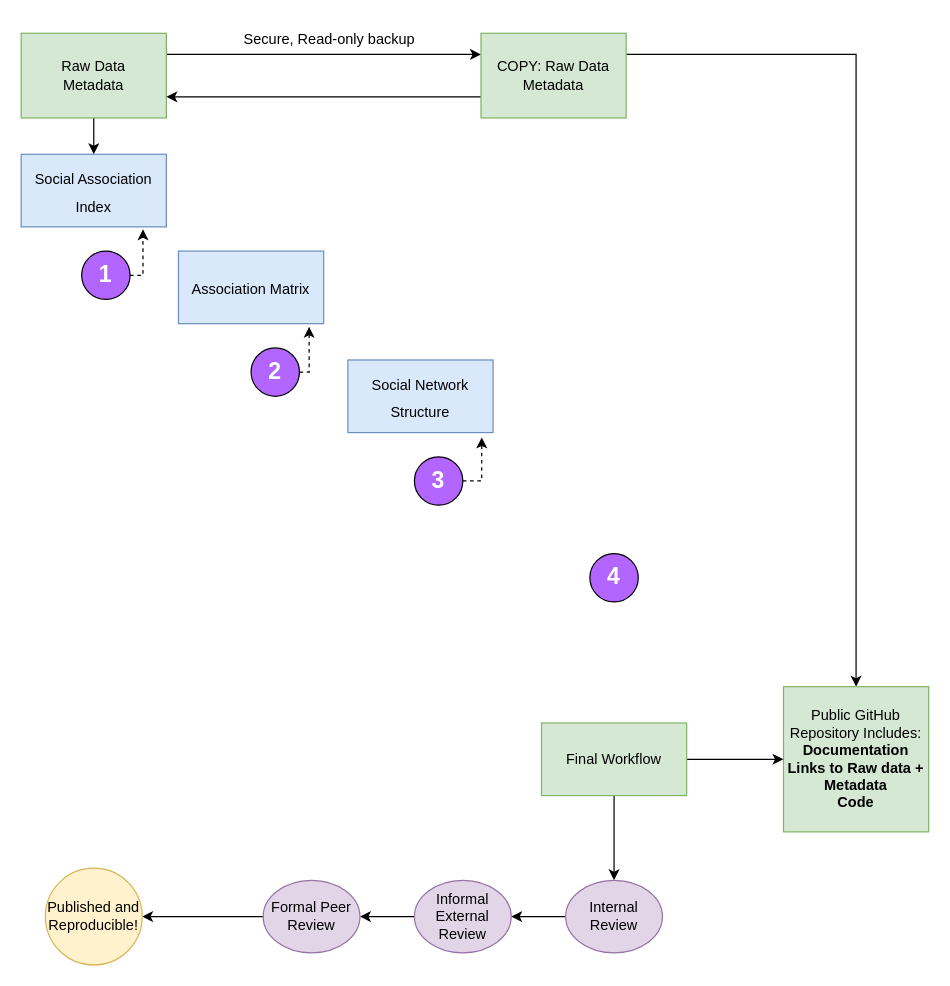
bankheak/Dolphins keeps this draw.io diagram as WorkFlowDiagram/WorkFlowDiagram.drawio. Above is the earlier version. Source tidied: cells renumbered, new cells numbered last; positions are measured from the earlier drawing's top-left corner, leaving out a move shared by most shapes. Both pictures are drawn from the tidied source at 121%, with x=0, y=0 at pixel (21, 21).
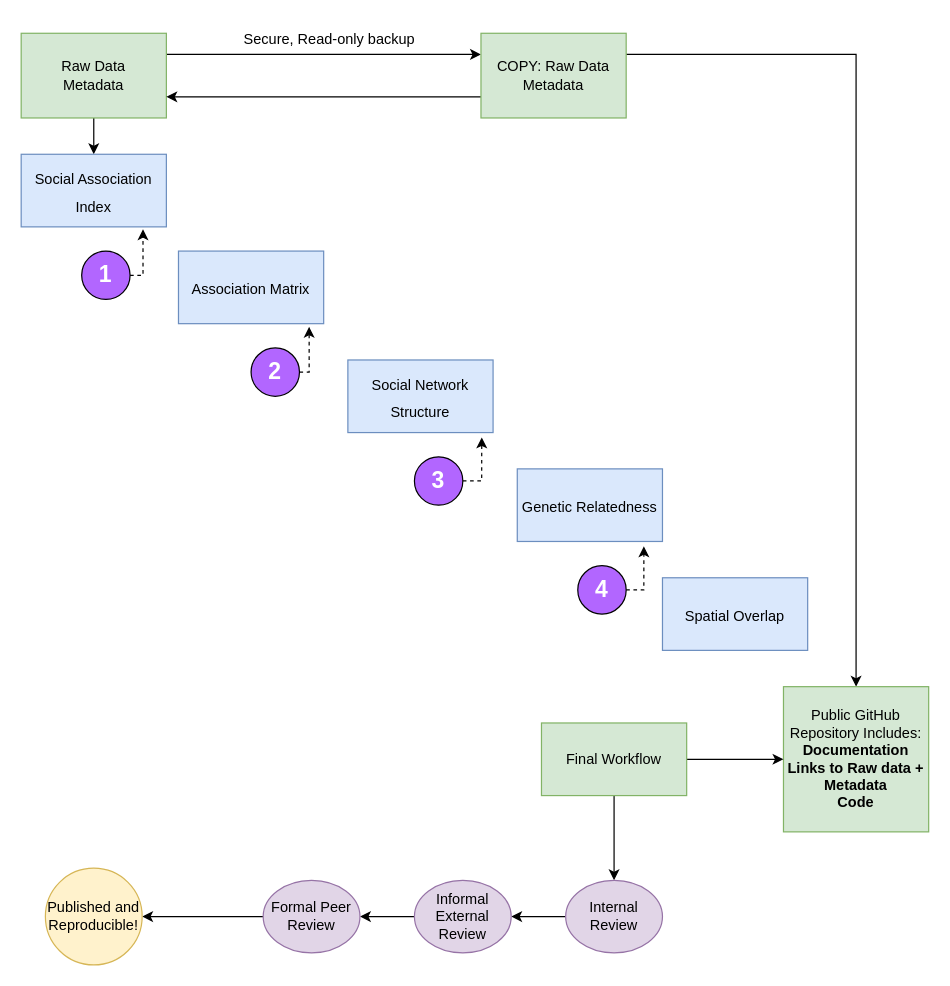
After the change.

The edit, as a diff of the source:
```diff
@@
+    <mxCell id="30" style="edgeStyle=orthogonalEdgeStyle;rounded=0;jettySize=auto;html=1;exitX=1;exitY=0.5;exitDx=0;exitDy=0;entryX=0.872;entryY=1.067;entryDx=0;entryDy=0;entryPerimeter=0;dashed=1;fontSize=12;fontColor=#FFFFFF;" parent="1" edge="1" source="25" target="31">
+      <mxGeometry relative="1" as="geometry" />
+    </mxCell>
     <mxCell id="25" value="&lt;font style=&quot;font-size: 19px;&quot; color=&quot;#ffffff&quot;&gt;4&lt;/font&gt;" style="ellipse;whiteSpace=wrap;html=1;strokeColor=#000000;fillColor=#B266FF;fontStyle=1;" parent="1" vertex="1">
-      <mxGeometry x="470" y="440" width="40" height="40" as="geometry" />
+      <mxGeometry x="460" y="450" width="40" height="40" as="geometry" />
     </mxCell>
@@
+    <mxCell id="31" value="&lt;font style=&quot;font-size: 12px;&quot;&gt;Genetic Relatedness&lt;/font&gt;" style="rounded=0;whiteSpace=wrap;html=1;strokeColor=#6c8ebf;fontSize=19;fillColor=#dae8fc;" parent="1" vertex="1">
+      <mxGeometry x="410" y="370" width="120" height="60" as="geometry" />
+    </mxCell>
+    <mxCell id="32" value="&lt;font style=&quot;font-size: 12px;&quot;&gt;Spatial Overlap&lt;/font&gt;" style="rounded=0;whiteSpace=wrap;html=1;strokeColor=#6c8ebf;fontSize=19;fillColor=#dae8fc;" parent="1" vertex="1">
+      <mxGeometry x="530" y="460" width="120" height="60" as="geometry" />
+    </mxCell>
```
